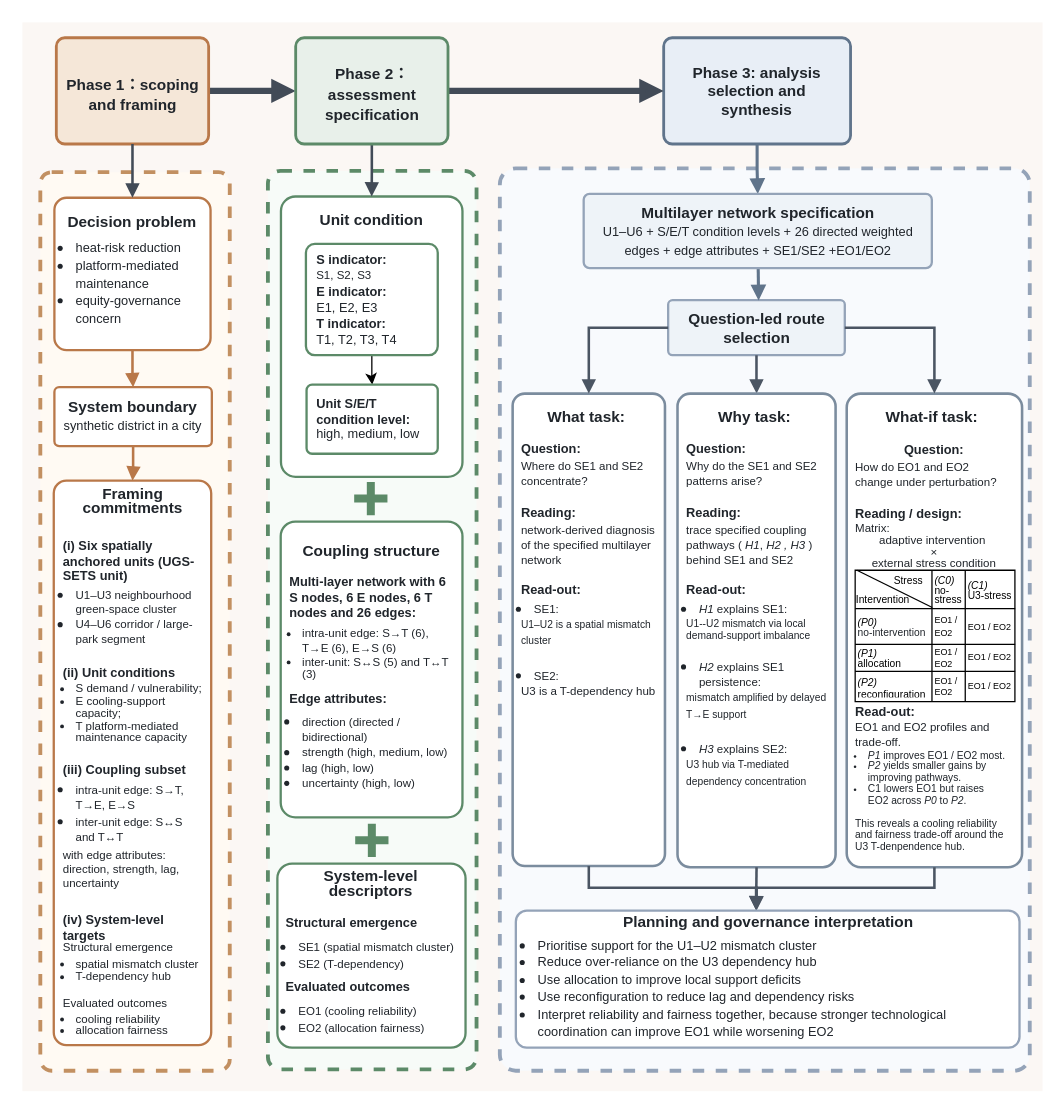
Before: section6.drawio in ZixuanLi317/iodraw-files, a draw.io diagram. Source tidied: cells renumbered, new cells numbered last; positions are measured from the earlier drawing's top-left corner, leaving out a move shared by most shapes. Both pictures are drawn from the tidied source at 128%, with x=0, y=0 at pixel (22, 22).
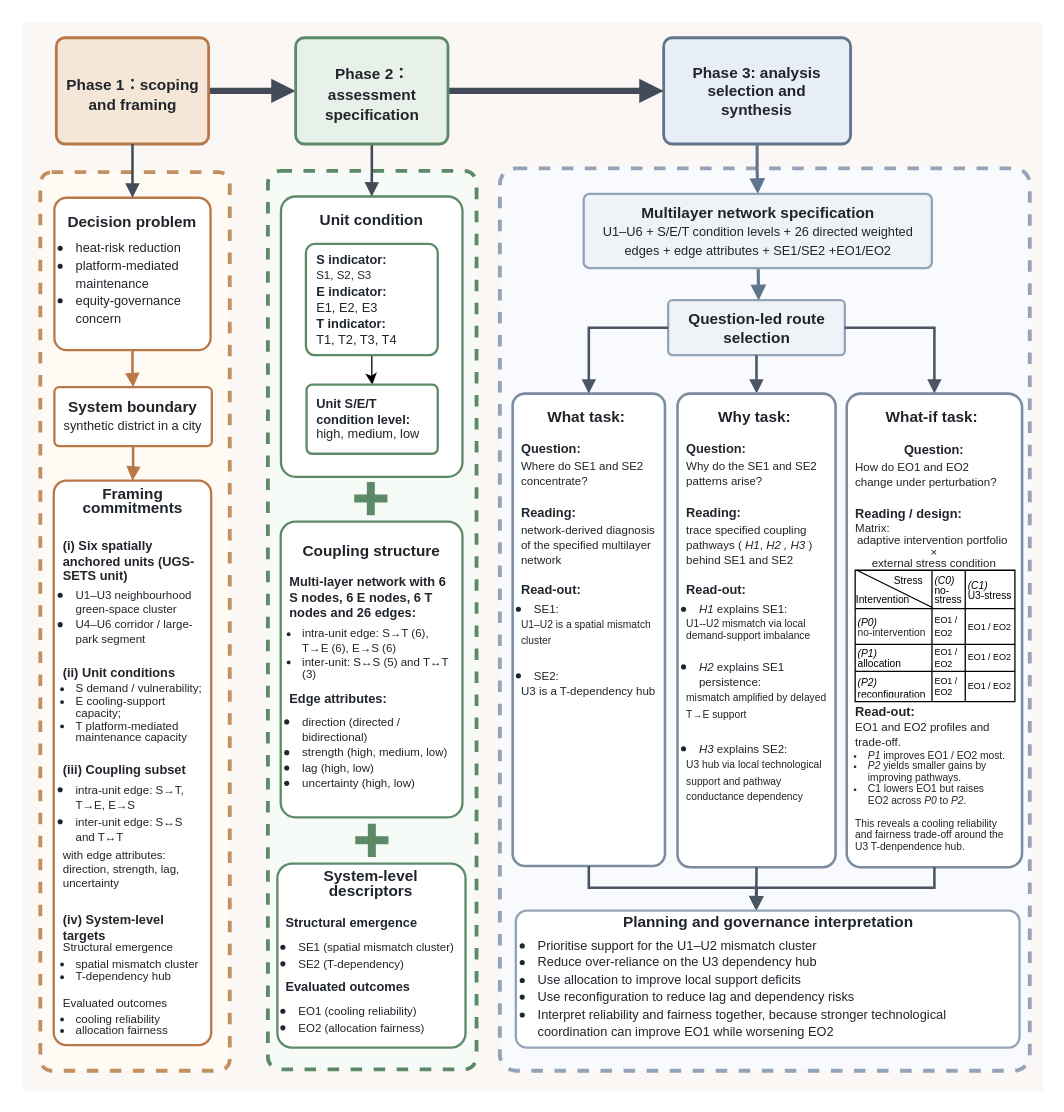
After the change.

The edit, as a diff of the source:
```diff
@@
-    <mxCell id="25" value="&lt;div style=&quot;line-height: 102%;&quot;&gt;&lt;b&gt;What-if task:&amp;nbsp;&lt;/b&gt;&lt;br&gt;&lt;div style=&quot;&quot;&gt;&lt;div&gt;&lt;b style=&quot;font-size: 10px; background-color: transparent; color: light-dark(rgb(32, 37, 43), rgb(201, 206, 211));&quot;&gt;&lt;br&gt;&lt;/b&gt;&lt;/div&gt;&lt;div&gt;&lt;b style=&quot;font-size: 10px; background-color: transparent; color: light-dark(rgb(32, 37, 43), rgb(201, 206, 211)); line-height: 102%;&quot;&gt;Question:&lt;/b&gt;&lt;/div&gt;&lt;div&gt;&lt;div style=&quot;text-align: left;&quot;&gt;&lt;font style=&quot;font-size: 9px; line-height: 102%;&quot;&gt;How do EO1 and EO2&amp;nbsp;&lt;/font&gt;&lt;/div&gt;&lt;div style=&quot;text-align: left;&quot;&gt;&lt;font style=&quot;font-size: 9px; line-height: 102%;&quot;&gt;change under perturbation?&lt;/font&gt;&lt;/div&gt;&lt;/div&gt;&lt;font style=&quot;&quot;&gt;&lt;div style=&quot;text-align: left;&quot;&gt;&lt;b style=&quot;font-size: 10px; background-color: transparent; color: light-dark(rgb(32, 37, 43), rgb(201, 206, 211));&quot;&gt;&lt;br&gt;&lt;/b&gt;&lt;/div&gt;&lt;div style=&quot;text-align: left;&quot;&gt;&lt;b style=&quot;font-size: 10px; background-color: transparent; color: light-dark(rgb(32, 37, 43), rgb(201, 206, 211)); line-height: 102%;&quot;&gt;Reading / design:&lt;/b&gt;&lt;span style=&quot;font-size: 10px; background-color: transparent; color: light-dark(rgb(32, 37, 43), rgb(201, 206, 211)); line-height: 102%;&quot;&gt;&amp;nbsp;&lt;/span&gt;&lt;/div&gt;&lt;div style=&quot;line-height: 72%;&quot;&gt;&lt;div style=&quot;text-align: left;&quot;&gt;&lt;span style=&quot;background-color: transparent;&quot;&gt;&lt;font style=&quot;font-size: 9px;&quot;&gt;Matrix:&amp;nbsp;&lt;/font&gt;&lt;/span&gt;&lt;/div&gt;&lt;div&gt;&lt;span style=&quot;background-color: transparent;&quot;&gt;&lt;font style=&quot;font-size: 9px; line-height: 72%;&quot;&gt;adaptive intervention&amp;nbsp;&lt;/font&gt;&lt;/span&gt;&lt;/div&gt;&lt;div&gt;&lt;span style=&quot;background-color: transparent;&quot;&gt;&lt;font style=&quot;font-size: 9px; line-height: 72%;&quot;&gt;×&lt;/font&gt;&lt;/span&gt;&lt;/div&gt;&lt;div&gt;&lt;span style=&quot;font-size: 9px; background-color: transparent; color: light-dark(rgb(32, 37, 43), rgb(201, 206, 211)); line-height: 72%;&quot;&gt;external stress condition&lt;/span&gt;&lt;/div&gt;&lt;div&gt;&lt;span style=&quot;font-size: 9px; background-color: transparent; color: light-dark(rgb(32, 37, 43), rgb(201, 206, 211)); line-height: 72%;&quot;&gt;&lt;br&gt;&lt;/span&gt;&lt;/div&gt;&lt;div style=&quot;text-align: left;&quot;&gt;&lt;span style=&quot;background-color: transparent;&quot;&gt;&lt;font style=&quot;font-size: 9px;&quot;&gt;&lt;br&gt;&lt;/font&gt;&lt;/span&gt;&lt;/div&gt;&lt;div style=&quot;text-align: left;&quot;&gt;&lt;span style=&quot;background-color: transparent;&quot;&gt;&lt;font style=&quot;font-size: 9px;&quot;&gt;&lt;br&gt;&lt;/font&gt;&lt;/span&gt;&lt;/div&gt;&lt;div&gt;&lt;span style=&quot;font-size: 9px; background-color: transparent; color: light-dark(rgb(32, 37, 43), rgb(201, 206, 211));&quot;&gt;&lt;br&gt;&lt;/span&gt;&lt;/div&gt;&lt;div&gt;&lt;span style=&quot;font-size: 9px; background-color: transparent; color: light-dark(rgb(32, 37, 43), rgb(201, 206, 211));&quot;&gt;&lt;br&gt;&lt;/span&gt;&lt;/div&gt;&lt;div&gt;&lt;span style=&quot;font-size: 9px; background-color: transparent; color: light-dark(rgb(32, 37, 43), rgb(201, 206, 211));&quot;&gt;&lt;br&gt;&lt;/span&gt;&lt;/div&gt;&lt;div&gt;&lt;span style=&quot;font-size: 9px; background-color: transparent; color: light-dark(rgb(32, 37, 43), rgb(201, 206, 211));&quot;&gt;&lt;br&gt;&lt;/span&gt;&lt;/div&gt;&lt;div&gt;&lt;span style=&quot;font-size: 9px; background-color: transparent; color: light-dark(rgb(32, 37, 43), rgb(201, 206, 211));&quot;&gt;&lt;br&gt;&lt;/span&gt;&lt;/div&gt;&lt;div&gt;&lt;span style=&quot;font-size: 9px; background-color: transparent; color: light-dark(rgb(32, 37, 43), rgb(201, 206, 211));&quot;&gt;&lt;br&gt;&lt;/span&gt;&lt;/div&gt;&lt;div&gt;&lt;span style=&quot;font-size: 9px; background-color: transparent; color: light-dark(rgb(32, 37, 43), rgb(201, 206, 211));&quot;&gt;&amp;nbsp;&lt;/span&gt;&lt;/div&gt;&lt;/div&gt;&lt;div style=&quot;font-size: 10px; text-align: left;&quot;&gt;&lt;b&gt;&lt;br&gt;&lt;/b&gt;&lt;/div&gt;&lt;div style=&quot;font-size: 10px; text-align: left; line-height: 102%;&quot;&gt;&lt;b style=&quot;background-color: transparent; color: light-dark(rgb(32, 37, 43), rgb(201, 206, 211));&quot;&gt;Read-out:&amp;nbsp;&lt;/b&gt;&lt;/div&gt;&lt;div style=&quot;&quot;&gt;&lt;div style=&quot;text-align: left;&quot;&gt;&lt;font style=&quot;background-color: transparent; color: light-dark(rgb(32, 37, 43), rgb(201, 206, 211)); line-height: 92%; font-size: 9px;&quot;&gt;EO1 and EO2 profiles and trade-off.&lt;/font&gt;&lt;/div&gt;&lt;span style=&quot;background-color: transparent;&quot;&gt;&lt;font style=&quot;line-height: 110%; font-size: 8px;&quot;&gt;&lt;div style=&quot;text-align: left;&quot;&gt;&lt;ul style=&quot;padding-left: 10px; margin-top: 1px; margin-bottom: 1px;&quot;&gt;&lt;li&gt;&lt;i&gt;P1&lt;/i&gt; improves EO1 / EO2 most.&lt;/li&gt;&lt;li&gt;&lt;i&gt;P2&lt;/i&gt; yields smaller gains by improving pathways.&lt;/li&gt;&lt;li&gt;C1 lowers EO1&amp;nbsp;&lt;span style=&quot;background-color: transparent; color: light-dark(rgb(32, 37, 43), rgb(201, 206, 211));&quot;&gt;but raises EO2&amp;nbsp;&lt;/span&gt;across &lt;i&gt;P0&lt;/i&gt; to &lt;i&gt;P2&lt;/i&gt;.&lt;/li&gt;&lt;/ul&gt;&lt;/div&gt;&lt;div style=&quot;text-align: left;&quot;&gt;&lt;br&gt;&lt;/div&gt;&lt;div style=&quot;text-align: left;&quot;&gt;This reveals a cooling reliability and&amp;nbsp;&lt;span style=&quot;background-color: transparent; color: light-dark(rgb(32, 37, 43), rgb(201, 206, 211));&quot;&gt;fairness trade-off around&amp;nbsp;&lt;/span&gt;&lt;span style=&quot;background-color: transparent; color: light-dark(rgb(32, 37, 43), rgb(201, 206, 211));&quot;&gt;the U3 T-denpendence hub.&lt;/span&gt;&lt;span style=&quot;background-color: transparent; color: light-dark(rgb(32, 37, 43), rgb(201, 206, 211));&quot;&gt;&amp;nbsp;&lt;/span&gt;&lt;/div&gt;&lt;/font&gt;&lt;/span&gt;&lt;/div&gt;&lt;/font&gt;&lt;/div&gt;&lt;/div&gt;" style="whiteSpace=wrap;html=1;fillColor=#ffffff;strokeColor=#7b8c9e;strokeWidth=2;fontSize=12;fontColor=#20252b;fontStyle=0;fontFamily=Helvetica;align=center;verticalAlign=top;spacing=8;rounded=1;arcSize=8;" parent="1" vertex="1">
+    <mxCell id="25" value="&lt;div style=&quot;line-height: 102%;&quot;&gt;&lt;b&gt;What-if task:&amp;nbsp;&lt;/b&gt;&lt;br&gt;&lt;div style=&quot;&quot;&gt;&lt;div&gt;&lt;b style=&quot;font-size: 10px; background-color: transparent; color: light-dark(rgb(32, 37, 43), rgb(201, 206, 211));&quot;&gt;&lt;br&gt;&lt;/b&gt;&lt;/div&gt;&lt;div&gt;&lt;b style=&quot;font-size: 10px; background-color: transparent; color: light-dark(rgb(32, 37, 43), rgb(201, 206, 211)); line-height: 102%;&quot;&gt;Question:&lt;/b&gt;&lt;/div&gt;&lt;div&gt;&lt;div style=&quot;text-align: left;&quot;&gt;&lt;font style=&quot;font-size: 9px; line-height: 102%;&quot;&gt;How do EO1 and EO2&amp;nbsp;&lt;/font&gt;&lt;/div&gt;&lt;div style=&quot;text-align: left;&quot;&gt;&lt;font style=&quot;font-size: 9px; line-height: 102%;&quot;&gt;change under perturbation?&lt;/font&gt;&lt;/div&gt;&lt;/div&gt;&lt;font style=&quot;&quot;&gt;&lt;div style=&quot;text-align: left;&quot;&gt;&lt;b style=&quot;font-size: 10px; background-color: transparent; color: light-dark(rgb(32, 37, 43), rgb(201, 206, 211));&quot;&gt;&lt;br&gt;&lt;/b&gt;&lt;/div&gt;&lt;div style=&quot;text-align: left;&quot;&gt;&lt;b style=&quot;font-size: 10px; background-color: transparent; color: light-dark(rgb(32, 37, 43), rgb(201, 206, 211)); line-height: 102%;&quot;&gt;Reading / design:&lt;/b&gt;&lt;span style=&quot;font-size: 10px; background-color: transparent; color: light-dark(rgb(32, 37, 43), rgb(201, 206, 211)); line-height: 102%;&quot;&gt;&amp;nbsp;&lt;/span&gt;&lt;/div&gt;&lt;div style=&quot;line-height: 72%;&quot;&gt;&lt;div style=&quot;text-align: left;&quot;&gt;&lt;span style=&quot;background-color: transparent;&quot;&gt;&lt;font style=&quot;font-size: 9px;&quot;&gt;Matrix:&amp;nbsp;&lt;/font&gt;&lt;/span&gt;&lt;/div&gt;&lt;div&gt;&lt;span style=&quot;background-color: transparent;&quot;&gt;&lt;font style=&quot;font-size: 9px; line-height: 72%;&quot;&gt;adaptive intervention portfolio&amp;nbsp;&lt;/font&gt;&lt;/span&gt;&lt;/div&gt;&lt;div&gt;&lt;span style=&quot;background-color: transparent;&quot;&gt;&lt;font style=&quot;font-size: 9px; line-height: 72%;&quot;&gt;×&lt;/font&gt;&lt;/span&gt;&lt;/div&gt;&lt;div&gt;&lt;span style=&quot;font-size: 9px; background-color: transparent; color: light-dark(rgb(32, 37, 43), rgb(201, 206, 211)); line-height: 72%;&quot;&gt;external stress condition&lt;/span&gt;&lt;/div&gt;&lt;div&gt;&lt;span style=&quot;font-size: 9px; background-color: transparent; color: light-dark(rgb(32, 37, 43), rgb(201, 206, 211)); line-height: 72%;&quot;&gt;&lt;br&gt;&lt;/span&gt;&lt;/div&gt;&lt;div style=&quot;text-align: left;&quot;&gt;&lt;span style=&quot;background-color: transparent;&quot;&gt;&lt;font style=&quot;font-size: 9px;&quot;&gt;&lt;br&gt;&lt;/font&gt;&lt;/span&gt;&lt;/div&gt;&lt;div style=&quot;text-align: left;&quot;&gt;&lt;span style=&quot;background-color: transparent;&quot;&gt;&lt;font style=&quot;font-size: 9px;&quot;&gt;&lt;br&gt;&lt;/font&gt;&lt;/span&gt;&lt;/div&gt;&lt;div&gt;&lt;span style=&quot;font-size: 9px; background-color: transparent; color: light-dark(rgb(32, 37, 43), rgb(201, 206, 211));&quot;&gt;&lt;br&gt;&lt;/span&gt;&lt;/div&gt;&lt;div&gt;&lt;span style=&quot;font-size: 9px; background-color: transparent; color: light-dark(rgb(32, 37, 43), rgb(201, 206, 211));&quot;&gt;&lt;br&gt;&lt;/span&gt;&lt;/div&gt;&lt;div&gt;&lt;span style=&quot;font-size: 9px; background-color: transparent; color: light-dark(rgb(32, 37, 43), rgb(201, 206, 211));&quot;&gt;&lt;br&gt;&lt;/span&gt;&lt;/div&gt;&lt;div&gt;&lt;span style=&quot;font-size: 9px; background-color: transparent; color: light-dark(rgb(32, 37, 43), rgb(201, 206, 211));&quot;&gt;&lt;br&gt;&lt;/span&gt;&lt;/div&gt;&lt;div&gt;&lt;span style=&quot;font-size: 9px; background-color: transparent; color: light-dark(rgb(32, 37, 43), rgb(201, 206, 211));&quot;&gt;&lt;br&gt;&lt;/span&gt;&lt;/div&gt;&lt;div&gt;&lt;span style=&quot;font-size: 9px; background-color: transparent; color: light-dark(rgb(32, 37, 43), rgb(201, 206, 211));&quot;&gt;&lt;br&gt;&lt;/span&gt;&lt;/div&gt;&lt;div&gt;&lt;span style=&quot;font-size: 9px; background-color: transparent; color: light-dark(rgb(32, 37, 43), rgb(201, 206, 211));&quot;&gt;&amp;nbsp;&lt;/span&gt;&lt;/div&gt;&lt;/div&gt;&lt;div style=&quot;font-size: 10px; text-align: left;&quot;&gt;&lt;b&gt;&lt;br&gt;&lt;/b&gt;&lt;/div&gt;&lt;div style=&quot;font-size: 10px; text-align: left; line-height: 102%;&quot;&gt;&lt;b style=&quot;background-color: transparent; color: light-dark(rgb(32, 37, 43), rgb(201, 206, 211));&quot;&gt;Read-out:&amp;nbsp;&lt;/b&gt;&lt;/div&gt;&lt;div style=&quot;&quot;&gt;&lt;div style=&quot;text-align: left;&quot;&gt;&lt;font style=&quot;background-color: transparent; color: light-dark(rgb(32, 37, 43), rgb(201, 206, 211)); line-height: 92%; font-size: 9px;&quot;&gt;EO1 and EO2 profiles and trade-off.&lt;/font&gt;&lt;/div&gt;&lt;span style=&quot;background-color: transparent;&quot;&gt;&lt;font style=&quot;line-height: 110%; font-size: 8px;&quot;&gt;&lt;div style=&quot;text-align: left;&quot;&gt;&lt;ul style=&quot;padding-left: 10px; margin-top: 1px; margin-bottom: 1px;&quot;&gt;&lt;li&gt;&lt;i&gt;P1&lt;/i&gt; improves EO1 / EO2 most.&lt;/li&gt;&lt;li&gt;&lt;i&gt;P2&lt;/i&gt; yields smaller gains by improving pathways.&lt;/li&gt;&lt;li&gt;C1 lowers EO1&amp;nbsp;&lt;span style=&quot;background-color: transparent; color: light-dark(rgb(32, 37, 43), rgb(201, 206, 211));&quot;&gt;but raises EO2&amp;nbsp;&lt;/span&gt;across &lt;i&gt;P0&lt;/i&gt; to &lt;i&gt;P2&lt;/i&gt;.&lt;/li&gt;&lt;/ul&gt;&lt;/div&gt;&lt;div style=&quot;text-align: left;&quot;&gt;&lt;br&gt;&lt;/div&gt;&lt;div style=&quot;text-align: left;&quot;&gt;This reveals a cooling reliability and&amp;nbsp;&lt;span style=&quot;background-color: transparent; color: light-dark(rgb(32, 37, 43), rgb(201, 206, 211));&quot;&gt;fairness trade-off around&amp;nbsp;&lt;/span&gt;&lt;span style=&quot;background-color: transparent; color: light-dark(rgb(32, 37, 43), rgb(201, 206, 211));&quot;&gt;the U3 T-denpendence hub.&lt;/span&gt;&lt;span style=&quot;background-color: transparent; color: light-dark(rgb(32, 37, 43), rgb(201, 206, 211));&quot;&gt;&amp;nbsp;&lt;/span&gt;&lt;/div&gt;&lt;/font&gt;&lt;/span&gt;&lt;/div&gt;&lt;/font&gt;&lt;/div&gt;&lt;/div&gt;" style="whiteSpace=wrap;html=1;fillColor=#ffffff;strokeColor=#7b8c9e;strokeWidth=2;fontSize=12;fontColor=#20252b;fontStyle=0;fontFamily=Helvetica;align=center;verticalAlign=top;spacing=8;rounded=1;arcSize=8;" parent="1" vertex="1">
       <mxGeometry x="644" y="290" width="137" height="370" as="geometry" />
     </mxCell>
@@
-    <mxCell id="31" value="&lt;div style=&quot;line-height: 102%;&quot;&gt;&lt;div&gt;&lt;b&gt;Why task:&amp;nbsp;&lt;/b&gt;&lt;/div&gt;&lt;div&gt;&lt;b&gt;&lt;br&gt;&lt;/b&gt;&lt;div&gt;&lt;div style=&quot;text-align: left;&quot;&gt;&lt;b style=&quot;font-size: 10px; background-color: transparent; color: light-dark(rgb(32, 37, 43), rgb(201, 206, 211)); line-height: 102%;&quot;&gt;Question:&lt;/b&gt;&lt;/div&gt;&lt;div style=&quot;text-align: left;&quot;&gt;&lt;span style=&quot;background-color: transparent; color: light-dark(rgb(32, 37, 43), rgb(201, 206, 211));&quot;&gt;&lt;font style=&quot;font-size: 9px; line-height: 102%;&quot;&gt;Why do the SE1 and SE2 patterns arise?&lt;/font&gt;&lt;/span&gt;&lt;/div&gt;&lt;font&gt;&lt;div style=&quot;text-align: left;&quot;&gt;&lt;b style=&quot;font-size: 10px; background-color: transparent; color: light-dark(rgb(32, 37, 43), rgb(201, 206, 211));&quot;&gt;&lt;br&gt;&lt;/b&gt;&lt;/div&gt;&lt;div style=&quot;text-align: left;&quot;&gt;&lt;b style=&quot;font-size: 10px; background-color: transparent; color: light-dark(rgb(32, 37, 43), rgb(201, 206, 211)); line-height: 102%;&quot;&gt;Reading:&lt;/b&gt;&lt;span style=&quot;font-size: 10px; background-color: transparent; color: light-dark(rgb(32, 37, 43), rgb(201, 206, 211)); line-height: 102%;&quot;&gt;&amp;nbsp;&lt;/span&gt;&lt;/div&gt;&lt;div style=&quot;text-align: left;&quot;&gt;&lt;div&gt;&lt;font style=&quot;font-size: 9px; line-height: 102%;&quot;&gt;trace specified coupling&lt;/font&gt;&lt;/div&gt;&lt;div&gt;&lt;font style=&quot;font-size: 9px; line-height: 102%;&quot;&gt;pathways (&amp;nbsp;&lt;i&gt;H1&lt;/i&gt;, &lt;i&gt;H2 ,&lt;/i&gt;&amp;nbsp;&lt;i&gt;H3&amp;nbsp;&lt;/i&gt;) behind SE1 and SE2&lt;/font&gt;&lt;/div&gt;&lt;/div&gt;&lt;div style=&quot;font-size: 10px; text-align: left;&quot;&gt;&lt;b&gt;&lt;br&gt;&lt;/b&gt;&lt;/div&gt;&lt;div style=&quot;font-size: 10px; text-align: left; line-height: 102%;&quot;&gt;&lt;b&gt;Read-out:&amp;nbsp;&lt;/b&gt;&lt;/div&gt;&lt;div&gt;&lt;div&gt;&lt;div&gt;&lt;ul style=&quot;padding-left: 10px; margin-top: 3px; margin-bottom: 3px;&quot;&gt;&lt;li style=&quot;text-align: left;&quot;&gt;&lt;font style=&quot;font-size: 9px; line-height: 102%;&quot;&gt;&lt;i&gt;H1&lt;/i&gt; explains SE1:&lt;/font&gt;&lt;/li&gt;&lt;/ul&gt;&lt;span style=&quot;font-size: 8px; background-color: transparent; color: light-dark(rgb(32, 37, 43), rgb(201, 206, 211)); line-height: 102%;&quot;&gt;&lt;div style=&quot;text-align: left;&quot;&gt;&lt;span style=&quot;background-color: transparent; color: light-dark(rgb(32, 37, 43), rgb(201, 206, 211)); line-height: 112%;&quot;&gt;U1--U2 mismatch via local demand-support imbalance&lt;/span&gt;&lt;/div&gt;&lt;div style=&quot;text-align: left;&quot;&gt;&lt;span style=&quot;background-color: transparent; color: light-dark(rgb(32, 37, 43), rgb(201, 206, 211)); line-height: 112%;&quot;&gt;&lt;br&gt;&lt;/span&gt;&lt;/div&gt;&lt;/span&gt;&lt;ul style=&quot;padding-left: 10px; margin-top: 3px; margin-bottom: 0px;&quot;&gt;&lt;li style=&quot;text-align: left;&quot;&gt;&lt;font style=&quot;font-size: 9px; line-height: 102%;&quot;&gt;&lt;i&gt;H2&lt;/i&gt; explains SE1 persistence:&lt;/font&gt;&lt;/li&gt;&lt;/ul&gt;&lt;/div&gt;&lt;div&gt;&lt;div style=&quot;text-align: left;&quot;&gt;&lt;span style=&quot;background-color: transparent; color: light-dark(rgb(32, 37, 43), rgb(201, 206, 211)); font-size: 8px; line-height: 102%;&quot;&gt;mismatch amplified by delayed T→E support&lt;/span&gt;&lt;/div&gt;&lt;div style=&quot;text-align: left;&quot;&gt;&lt;span style=&quot;background-color: transparent; color: light-dark(rgb(32, 37, 43), rgb(201, 206, 211)); font-size: 8px; line-height: 102%;&quot;&gt;&lt;br&gt;&lt;/span&gt;&lt;/div&gt;&lt;ul style=&quot;padding-left: 10px; margin-top: 3px; margin-bottom: 0px;&quot;&gt;&lt;li style=&quot;text-align: left;&quot;&gt;&lt;font style=&quot;font-size: 9px; line-height: 102%;&quot;&gt;&lt;i&gt;H3&lt;/i&gt; explains SE2:&lt;/font&gt;&lt;/li&gt;&lt;/ul&gt;&lt;/div&gt;&lt;div style=&quot;text-align: left;&quot;&gt;&lt;span style=&quot;font-size: 8px; background-color: transparent; color: light-dark(rgb(32, 37, 43), rgb(201, 206, 211)); line-height: 102%;&quot;&gt;U3 hub via T-mediated dependency concentration&lt;/span&gt;&lt;/div&gt;&lt;/div&gt;&lt;/div&gt;&lt;/font&gt;&lt;/div&gt;&lt;/div&gt;&lt;/div&gt;" style="whiteSpace=wrap;html=1;fillColor=#ffffff;strokeColor=#7b8c9e;strokeWidth=2;fontSize=12;fontColor=#20252b;fontStyle=0;fontFamily=Helvetica;align=center;verticalAlign=top;spacing=8;rounded=1;arcSize=8;" parent="1" vertex="1">
+    <mxCell id="31" value="&lt;div style=&quot;line-height: 102%;&quot;&gt;&lt;div&gt;&lt;b&gt;Why task:&amp;nbsp;&lt;/b&gt;&lt;/div&gt;&lt;div&gt;&lt;b&gt;&lt;br&gt;&lt;/b&gt;&lt;div&gt;&lt;div style=&quot;text-align: left;&quot;&gt;&lt;b style=&quot;font-size: 10px; background-color: transparent; color: light-dark(rgb(32, 37, 43), rgb(201, 206, 211)); line-height: 102%;&quot;&gt;Question:&lt;/b&gt;&lt;/div&gt;&lt;div style=&quot;text-align: left;&quot;&gt;&lt;span style=&quot;background-color: transparent; color: light-dark(rgb(32, 37, 43), rgb(201, 206, 211));&quot;&gt;&lt;font style=&quot;font-size: 9px; line-height: 102%;&quot;&gt;Why do the SE1 and SE2 patterns arise?&lt;/font&gt;&lt;/span&gt;&lt;/div&gt;&lt;font&gt;&lt;div style=&quot;text-align: left;&quot;&gt;&lt;b style=&quot;font-size: 10px; background-color: transparent; color: light-dark(rgb(32, 37, 43), rgb(201, 206, 211));&quot;&gt;&lt;br&gt;&lt;/b&gt;&lt;/div&gt;&lt;div style=&quot;text-align: left;&quot;&gt;&lt;b style=&quot;font-size: 10px; background-color: transparent; color: light-dark(rgb(32, 37, 43), rgb(201, 206, 211)); line-height: 102%;&quot;&gt;Reading:&lt;/b&gt;&lt;span style=&quot;font-size: 10px; background-color: transparent; color: light-dark(rgb(32, 37, 43), rgb(201, 206, 211)); line-height: 102%;&quot;&gt;&amp;nbsp;&lt;/span&gt;&lt;/div&gt;&lt;div style=&quot;text-align: left;&quot;&gt;&lt;div&gt;&lt;font style=&quot;font-size: 9px; line-height: 102%;&quot;&gt;trace specified coupling&lt;/font&gt;&lt;/div&gt;&lt;div&gt;&lt;font style=&quot;font-size: 9px; line-height: 102%;&quot;&gt;pathways (&amp;nbsp;&lt;i&gt;H1&lt;/i&gt;, &lt;i&gt;H2 ,&lt;/i&gt;&amp;nbsp;&lt;i&gt;H3&amp;nbsp;&lt;/i&gt;) behind SE1 and SE2&lt;/font&gt;&lt;/div&gt;&lt;/div&gt;&lt;div style=&quot;font-size: 10px; text-align: left;&quot;&gt;&lt;b&gt;&lt;br&gt;&lt;/b&gt;&lt;/div&gt;&lt;div style=&quot;font-size: 10px; text-align: left; line-height: 102%;&quot;&gt;&lt;b&gt;Read-out:&amp;nbsp;&lt;/b&gt;&lt;/div&gt;&lt;div&gt;&lt;div&gt;&lt;div&gt;&lt;ul style=&quot;padding-left: 10px; margin-top: 3px; margin-bottom: 3px;&quot;&gt;&lt;li style=&quot;text-align: left;&quot;&gt;&lt;font style=&quot;font-size: 9px; line-height: 102%;&quot;&gt;&lt;i&gt;H1&lt;/i&gt; explains SE1:&lt;/font&gt;&lt;/li&gt;&lt;/ul&gt;&lt;span style=&quot;font-size: 8px; background-color: transparent; color: light-dark(rgb(32, 37, 43), rgb(201, 206, 211)); line-height: 102%;&quot;&gt;&lt;div style=&quot;text-align: left;&quot;&gt;&lt;span style=&quot;background-color: transparent; color: light-dark(rgb(32, 37, 43), rgb(201, 206, 211)); line-height: 112%;&quot;&gt;U1--U2 mismatch via local demand-support imbalance&lt;/span&gt;&lt;/div&gt;&lt;div style=&quot;text-align: left;&quot;&gt;&lt;span style=&quot;background-color: transparent; color: light-dark(rgb(32, 37, 43), rgb(201, 206, 211)); line-height: 112%;&quot;&gt;&lt;br&gt;&lt;/span&gt;&lt;/div&gt;&lt;/span&gt;&lt;ul style=&quot;padding-left: 10px; margin-top: 3px; margin-bottom: 0px;&quot;&gt;&lt;li style=&quot;text-align: left;&quot;&gt;&lt;font style=&quot;font-size: 9px; line-height: 102%;&quot;&gt;&lt;i&gt;H2&lt;/i&gt; explains SE1 persistence:&lt;/font&gt;&lt;/li&gt;&lt;/ul&gt;&lt;/div&gt;&lt;div&gt;&lt;div style=&quot;text-align: left;&quot;&gt;&lt;span style=&quot;background-color: transparent; color: light-dark(rgb(32, 37, 43), rgb(201, 206, 211)); font-size: 8px; line-height: 102%;&quot;&gt;mismatch amplified by delayed T→E support&lt;/span&gt;&lt;/div&gt;&lt;div style=&quot;text-align: left;&quot;&gt;&lt;span style=&quot;background-color: transparent; color: light-dark(rgb(32, 37, 43), rgb(201, 206, 211)); font-size: 8px; line-height: 102%;&quot;&gt;&lt;br&gt;&lt;/span&gt;&lt;/div&gt;&lt;ul style=&quot;padding-left: 10px; margin-top: 3px; margin-bottom: 0px;&quot;&gt;&lt;li style=&quot;text-align: left;&quot;&gt;&lt;font style=&quot;font-size: 9px; line-height: 102%;&quot;&gt;&lt;i&gt;H3&lt;/i&gt; explains SE2:&lt;/font&gt;&lt;/li&gt;&lt;/ul&gt;&lt;/div&gt;&lt;div style=&quot;text-align: left;&quot;&gt;&lt;span style=&quot;font-size: 8px; background-color: transparent; color: light-dark(rgb(32, 37, 43), rgb(201, 206, 211)); line-height: 102%;&quot;&gt;U3 hub via local technological support and pathway conductance dependency&lt;/span&gt;&lt;/div&gt;&lt;/div&gt;&lt;/div&gt;&lt;/font&gt;&lt;/div&gt;&lt;/div&gt;&lt;/div&gt;" style="whiteSpace=wrap;html=1;fillColor=#ffffff;strokeColor=#7b8c9e;strokeWidth=2;fontSize=12;fontColor=#20252b;fontStyle=0;fontFamily=Helvetica;align=center;verticalAlign=top;spacing=8;rounded=1;arcSize=8;" parent="1" vertex="1">
       <mxGeometry x="511.8" y="290" width="123.5" height="370" as="geometry" />
     </mxCell>
```
